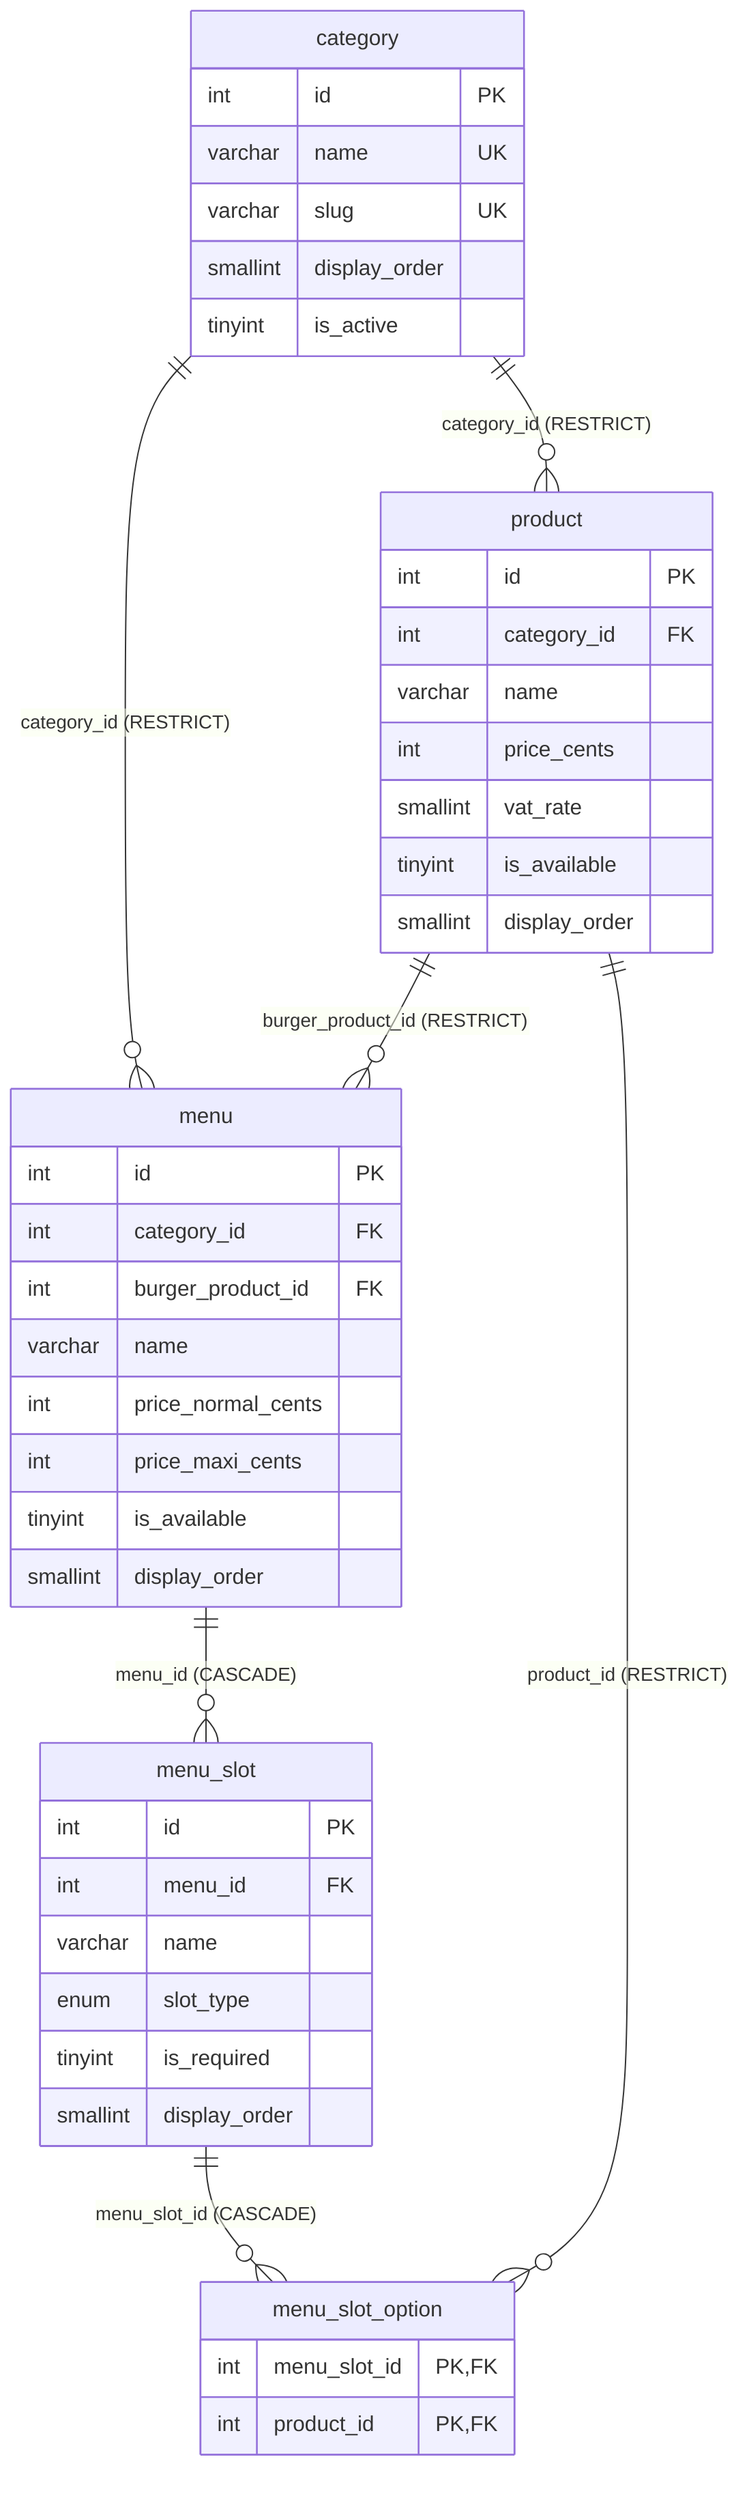
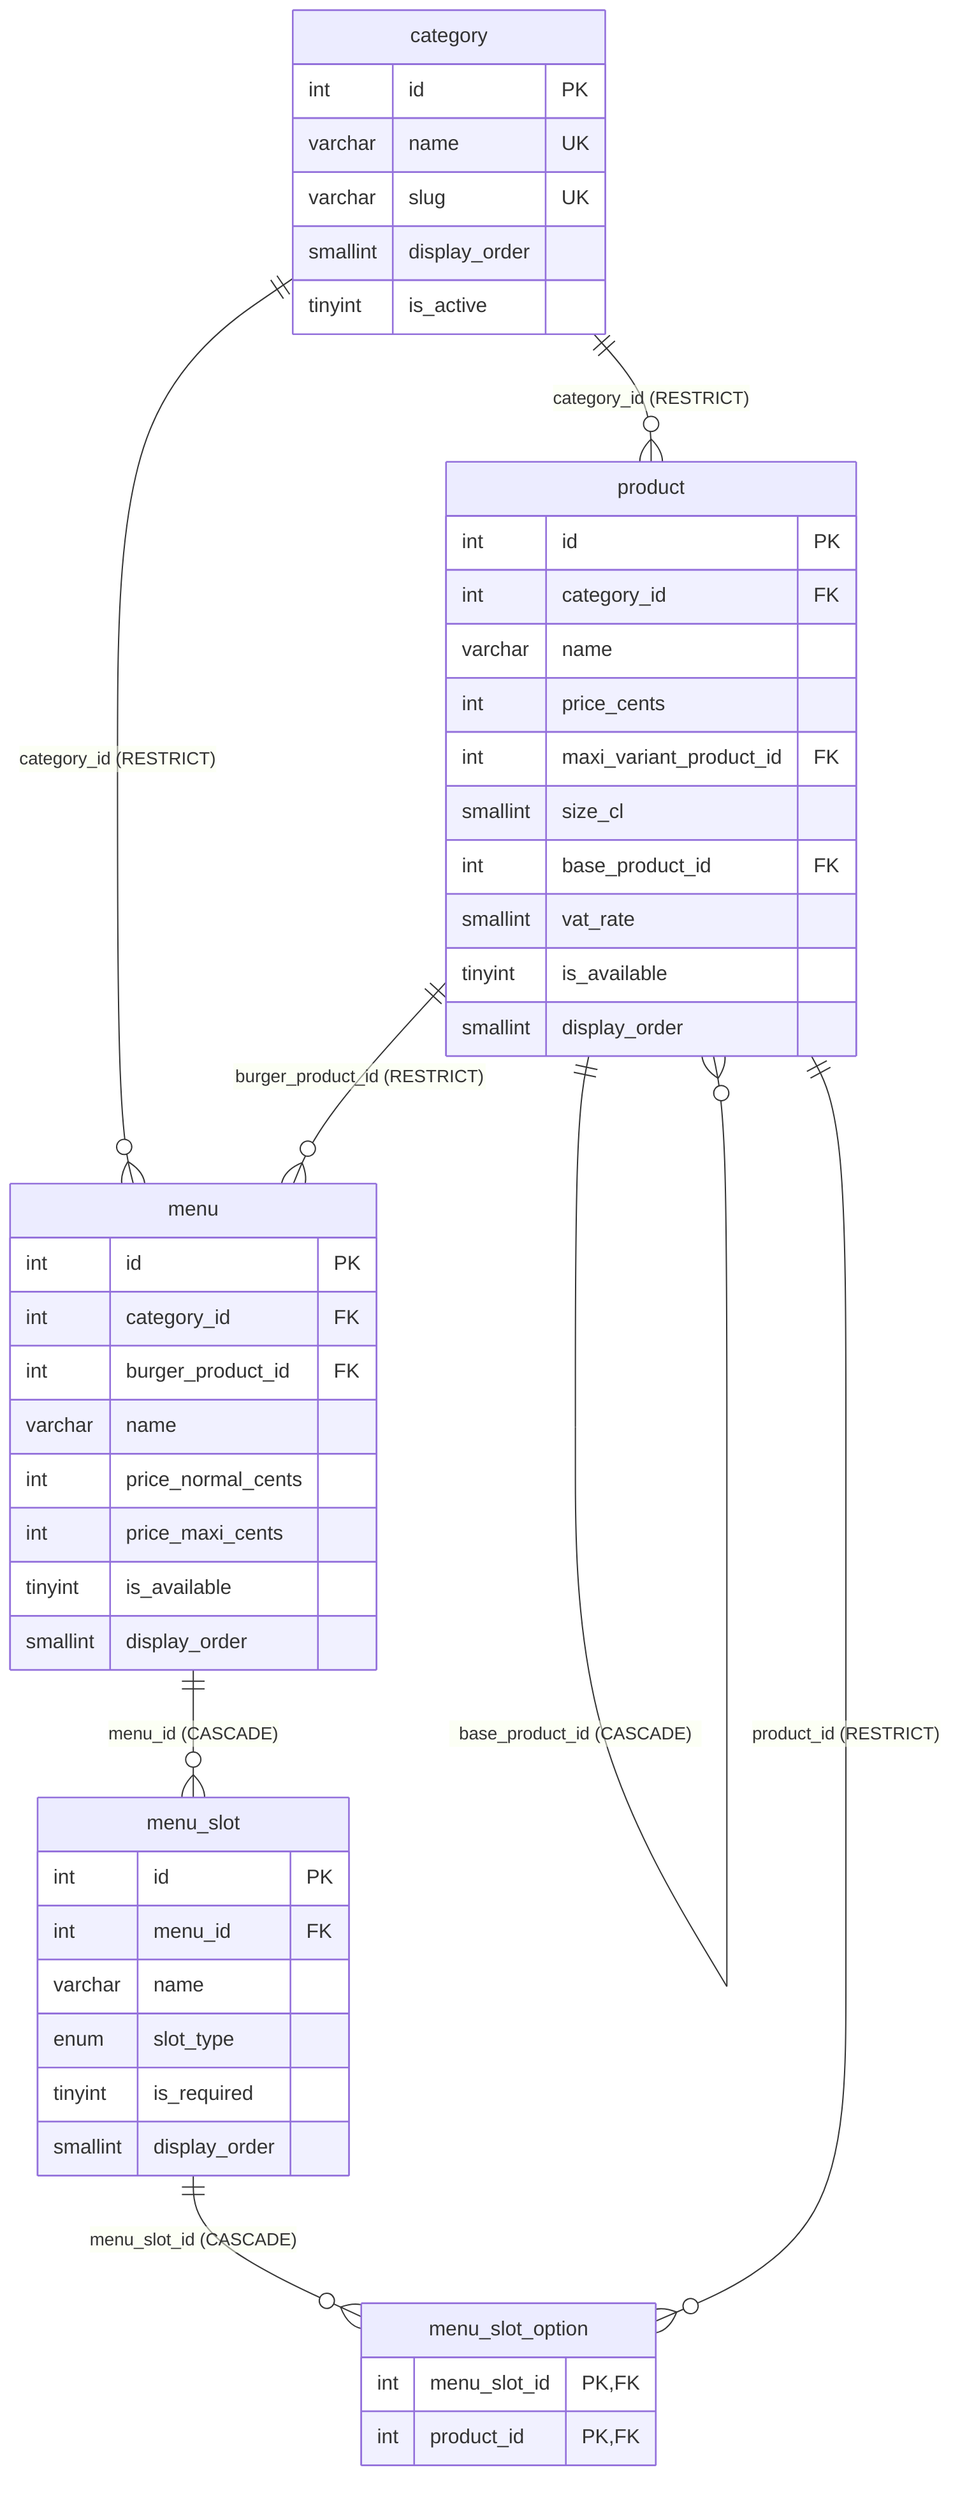
erDiagram
    category {
        int id PK
        varchar name UK
        varchar slug UK
        smallint display_order
        tinyint is_active
    }
    product {
        int id PK
        int category_id FK
        varchar name
        int price_cents
+         int maxi_variant_product_id FK
+         smallint size_cl
+         int base_product_id FK
        smallint vat_rate
        tinyint is_available
        smallint display_order
    }
    menu {
        int id PK
        int category_id FK
        int burger_product_id FK
        varchar name
        int price_normal_cents
        int price_maxi_cents
        tinyint is_available
        smallint display_order
    }
    menu_slot {
        int id PK
        int menu_id FK
        varchar name
        enum slot_type
        tinyint is_required
        smallint display_order
    }
    menu_slot_option {
        int menu_slot_id PK,FK
        int product_id PK,FK
    }

    category ||--o{ product : "category_id (RESTRICT)"
    category ||--o{ menu : "category_id (RESTRICT)"
    product ||--o{ menu : "burger_product_id (RESTRICT)"
+     product ||--o{ product : "maxi_variant_product_id (SET NULL)"
+     product ||--o{ product : "base_product_id (CASCADE)"
    menu ||--o{ menu_slot : "menu_id (CASCADE)"
    menu_slot ||--o{ menu_slot_option : "menu_slot_id (CASCADE)"
    product ||--o{ menu_slot_option : "product_id (RESTRICT)"
